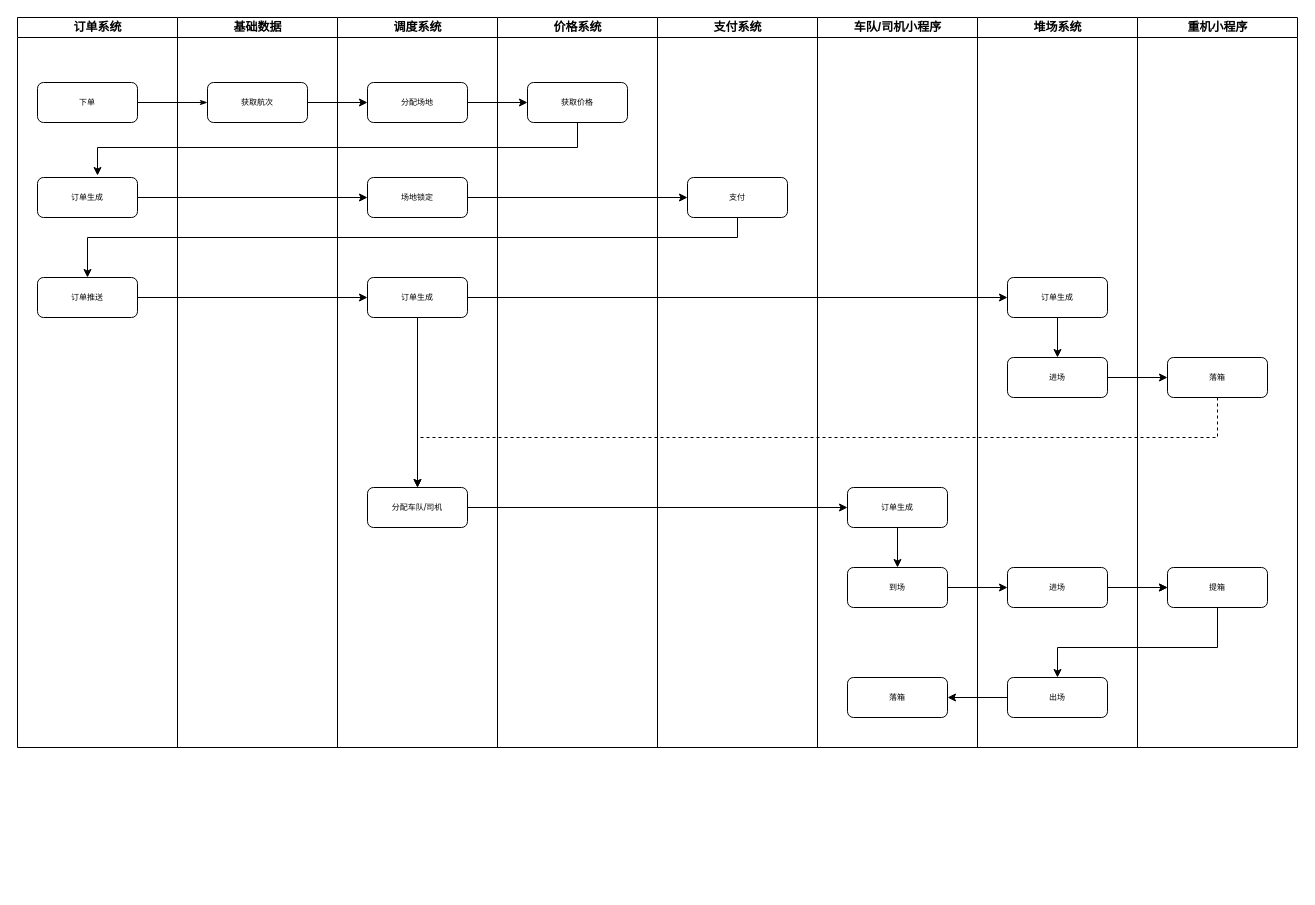
This is 落集订单.drawio from zskcrazy/-flow-chart, a draw.io file, before an edit. Source tidied: cells renumbered, new cells numbered last; positions are measured from the earlier drawing's top-left corner, leaving out a move shared by most shapes. Both pictures are drawn from the tidied source at 100%, with x=0, y=0 at pixel (17, 17).
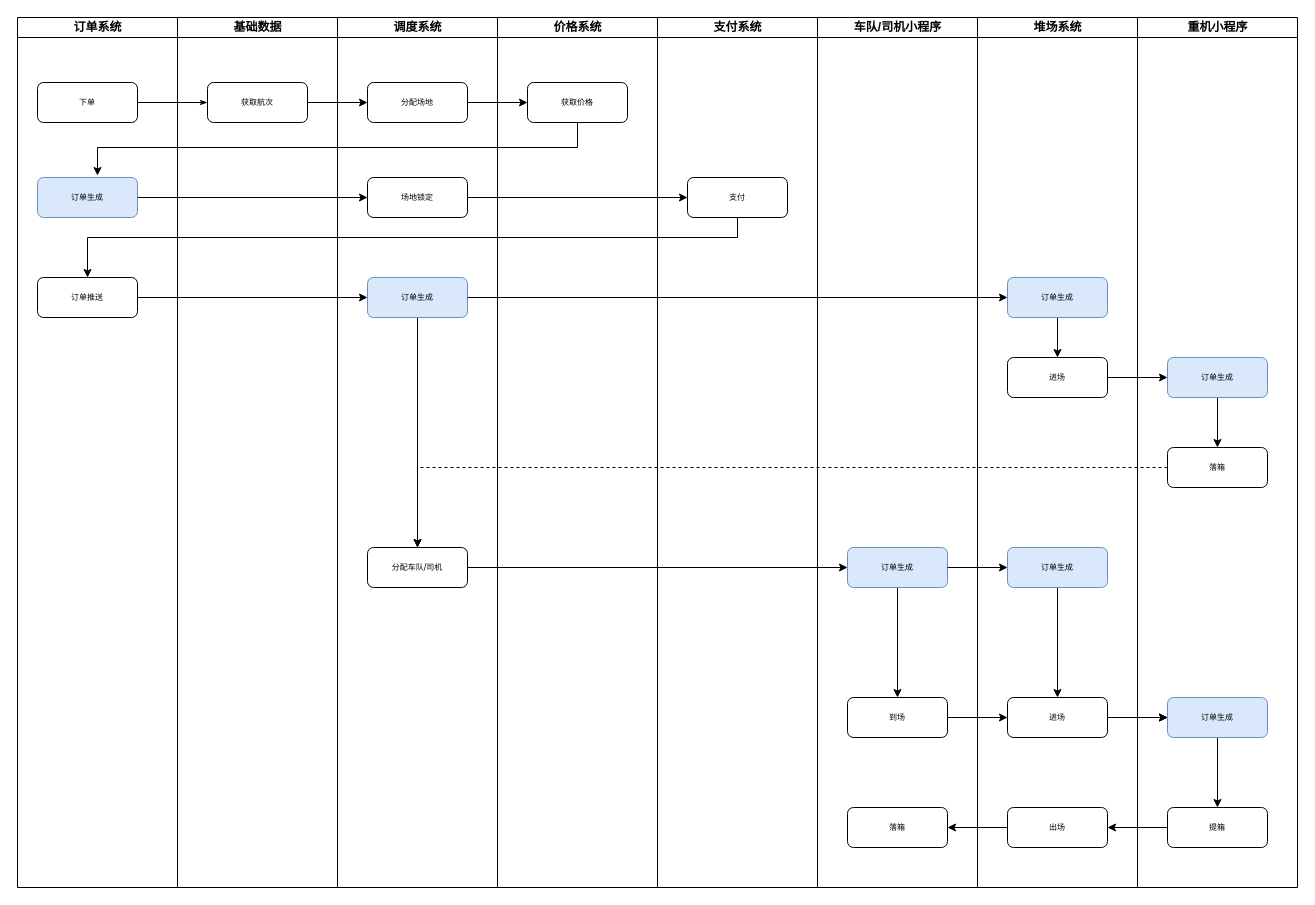
The same diagram, later.

Commit message:
更新落集订单.drawio

The edit, as a diff of the source:
```diff
@@
     <mxCell id="2" value="车队/司机小程序" style="swimlane;html=1;startSize=20;" parent="1" vertex="1">
-      <mxGeometry x="800" width="160" height="730" as="geometry" />
+      <mxGeometry x="800" width="160" height="870" as="geometry" />
     </mxCell>
@@
-    <mxCell id="4" value="订单生成" style="rounded=1;whiteSpace=wrap;html=1;shadow=0;labelBackgroundColor=none;strokeWidth=1;fontFamily=Verdana;fontSize=8;align=center;" parent="2" vertex="1">
-      <mxGeometry x="30" y="470" width="100" height="40" as="geometry" />
+    <mxCell id="4" value="订单生成" style="rounded=1;whiteSpace=wrap;html=1;shadow=0;labelBackgroundColor=none;strokeWidth=1;fontFamily=Verdana;fontSize=8;align=center;fillColor=#dae8fc;strokeColor=#6c8ebf;" parent="2" vertex="1">
+      <mxGeometry x="30" y="530" width="100" height="40" as="geometry" />
     </mxCell>
     <mxCell id="5" value="落箱" style="rounded=1;whiteSpace=wrap;html=1;shadow=0;labelBackgroundColor=none;strokeWidth=1;fontFamily=Verdana;fontSize=8;align=center;" parent="2" vertex="1">
-      <mxGeometry x="30" y="660" width="100" height="40" as="geometry" />
+      <mxGeometry x="30" y="790" width="100" height="40" as="geometry" />
     </mxCell>
     <mxCell id="6" value="到场" style="rounded=1;whiteSpace=wrap;html=1;shadow=0;labelBackgroundColor=none;strokeWidth=1;fontFamily=Verdana;fontSize=8;align=center;" parent="2" vertex="1">
-      <mxGeometry x="30" y="550" width="100" height="40" as="geometry" />
+      <mxGeometry x="30" y="680" width="100" height="40" as="geometry" />
     </mxCell>
     <mxCell id="7" value="支付系统" style="swimlane;html=1;startSize=20;" parent="1" vertex="1">
-      <mxGeometry x="640" width="160" height="730" as="geometry" />
+      <mxGeometry x="640" width="160" height="870" as="geometry" />
     </mxCell>
@@
     <mxCell id="9" value="价格系统" style="swimlane;html=1;startSize=20;" parent="1" vertex="1">
-      <mxGeometry x="480" width="160" height="730" as="geometry" />
+      <mxGeometry x="480" width="160" height="870" as="geometry" />
     </mxCell>
@@
     <mxCell id="11" value="调度系统" style="swimlane;html=1;startSize=20;" parent="1" vertex="1">
-      <mxGeometry x="320" width="160" height="730" as="geometry" />
+      <mxGeometry x="320" width="160" height="870" as="geometry" />
     </mxCell>
@@
     <mxCell id="14" value="分配车队/司机" style="rounded=1;whiteSpace=wrap;html=1;shadow=0;labelBackgroundColor=none;strokeWidth=1;fontFamily=Verdana;fontSize=8;align=center;" parent="11" vertex="1">
-      <mxGeometry x="30" y="470" width="100" height="40" as="geometry" />
+      <mxGeometry x="30" y="530" width="100" height="40" as="geometry" />
     </mxCell>
@@
-    <mxCell id="16" value="订单生成" style="rounded=1;whiteSpace=wrap;html=1;shadow=0;labelBackgroundColor=none;strokeWidth=1;fontFamily=Verdana;fontSize=8;align=center;" parent="11" vertex="1">
+    <mxCell id="16" value="订单生成" style="rounded=1;whiteSpace=wrap;html=1;shadow=0;labelBackgroundColor=none;strokeWidth=1;fontFamily=Verdana;fontSize=8;align=center;fillColor=#dae8fc;strokeColor=#6c8ebf;" parent="11" vertex="1">
       <mxGeometry x="30" y="260" width="100" height="40" as="geometry" />
     </mxCell>
@@
     <mxCell id="18" value="基础数据" style="swimlane;html=1;startSize=20;" parent="1" vertex="1">
-      <mxGeometry x="160" width="160" height="730" as="geometry" />
+      <mxGeometry x="160" width="160" height="870" as="geometry" />
     </mxCell>
@@
     <mxCell id="21" value="订单系统" style="swimlane;html=1;startSize=20;" parent="1" vertex="1">
-      <mxGeometry width="160" height="730" as="geometry" />
+      <mxGeometry width="160" height="870" as="geometry" />
     </mxCell>
@@
-    <mxCell id="23" value="订单生成" style="rounded=1;whiteSpace=wrap;html=1;shadow=0;labelBackgroundColor=none;strokeWidth=1;fontFamily=Verdana;fontSize=8;align=center;" parent="21" vertex="1">
+    <mxCell id="23" value="订单生成" style="rounded=1;whiteSpace=wrap;html=1;shadow=0;labelBackgroundColor=none;strokeWidth=1;fontFamily=Verdana;fontSize=8;align=center;fillColor=#dae8fc;strokeColor=#6c8ebf;" parent="21" vertex="1">
       <mxGeometry x="20" y="160" width="100" height="40" as="geometry" />
     </mxCell>
@@
     <mxCell id="25" value="堆场系统" style="swimlane;html=1;startSize=20;" parent="1" vertex="1">
-      <mxGeometry x="960" width="160" height="730" as="geometry" />
+      <mxGeometry x="960" width="160" height="870" as="geometry" />
     </mxCell>
     <mxCell id="26" value="进场" style="rounded=1;whiteSpace=wrap;html=1;shadow=0;labelBackgroundColor=none;strokeWidth=1;fontFamily=Verdana;fontSize=8;align=center;" parent="25" vertex="1">
-      <mxGeometry x="30" y="550" width="100" height="40" as="geometry" />
+      <mxGeometry x="30" y="680" width="100" height="40" as="geometry" />
     </mxCell>
@@
-    <mxCell id="28" value="订单生成" style="rounded=1;whiteSpace=wrap;html=1;shadow=0;labelBackgroundColor=none;strokeWidth=1;fontFamily=Verdana;fontSize=8;align=center;" parent="25" vertex="1">
+    <mxCell id="28" value="订单生成" style="rounded=1;whiteSpace=wrap;html=1;shadow=0;labelBackgroundColor=none;strokeWidth=1;fontFamily=Verdana;fontSize=8;align=center;fillColor=#dae8fc;strokeColor=#6c8ebf;" parent="25" vertex="1">
       <mxGeometry x="30" y="260" width="100" height="40" as="geometry" />
     </mxCell>
@@
     <mxCell id="30" value="出场" style="rounded=1;whiteSpace=wrap;html=1;shadow=0;labelBackgroundColor=none;strokeWidth=1;fontFamily=Verdana;fontSize=8;align=center;" parent="25" vertex="1">
-      <mxGeometry x="30" y="660" width="100" height="40" as="geometry" />
+      <mxGeometry x="30" y="790" width="100" height="40" as="geometry" />
     </mxCell>
+    <mxCell id="49" style="edgeStyle=orthogonalEdgeStyle;rounded=0;jettySize=auto;html=1;" parent="25" edge="1" source="50" target="26">
+      <mxGeometry relative="1" as="geometry" />
+    </mxCell>
+    <mxCell id="50" value="订单生成" style="rounded=1;whiteSpace=wrap;html=1;shadow=0;labelBackgroundColor=none;strokeWidth=1;fontFamily=Verdana;fontSize=8;align=center;fillColor=#dae8fc;strokeColor=#6c8ebf;" parent="25" vertex="1">
+      <mxGeometry x="30" y="530" width="100" height="40" as="geometry" />
+    </mxCell>
     <mxCell id="31" value="重机小程序" style="swimlane;html=1;startSize=20;" parent="1" vertex="1">
-      <mxGeometry x="1120" width="160" height="730" as="geometry" />
+      <mxGeometry x="1120" width="160" height="870" as="geometry" />
     </mxCell>
+    <mxCell id="51" style="edgeStyle=orthogonalEdgeStyle;rounded=0;jettySize=auto;html=1;" parent="31" edge="1" source="32" target="53">
+      <mxGeometry relative="1" as="geometry" />
+    </mxCell>
-    <mxCell id="32" value="落箱" style="rounded=1;whiteSpace=wrap;html=1;shadow=0;labelBackgroundColor=none;strokeWidth=1;fontFamily=Verdana;fontSize=8;align=center;" parent="31" vertex="1">
+    <mxCell id="32" value="订单生成" style="rounded=1;whiteSpace=wrap;html=1;shadow=0;labelBackgroundColor=none;strokeWidth=1;fontFamily=Verdana;fontSize=8;align=center;fillColor=#dae8fc;strokeColor=#6c8ebf;" parent="31" vertex="1">
       <mxGeometry x="30" y="340" width="100" height="40" as="geometry" />
     </mxCell>
+    <mxCell id="52" style="edgeStyle=orthogonalEdgeStyle;rounded=0;jettySize=auto;html=1;" parent="31" edge="1" source="33" target="54">
+      <mxGeometry relative="1" as="geometry" />
+    </mxCell>
-    <mxCell id="33" value="提箱" style="rounded=1;whiteSpace=wrap;html=1;shadow=0;labelBackgroundColor=none;strokeWidth=1;fontFamily=Verdana;fontSize=8;align=center;" parent="31" vertex="1">
-      <mxGeometry x="30" y="550" width="100" height="40" as="geometry" />
+    <mxCell id="33" value="订单生成" style="rounded=1;whiteSpace=wrap;html=1;shadow=0;labelBackgroundColor=none;strokeWidth=1;fontFamily=Verdana;fontSize=8;align=center;fillColor=#dae8fc;strokeColor=#6c8ebf;" parent="31" vertex="1">
+      <mxGeometry x="30" y="680" width="100" height="40" as="geometry" />
     </mxCell>
+    <mxCell id="53" value="落箱" style="rounded=1;whiteSpace=wrap;html=1;shadow=0;labelBackgroundColor=none;strokeWidth=1;fontFamily=Verdana;fontSize=8;align=center;" parent="31" vertex="1">
+      <mxGeometry x="30" y="430" width="100" height="40" as="geometry" />
+    </mxCell>
+    <mxCell id="54" value="提箱" style="rounded=1;whiteSpace=wrap;html=1;shadow=0;labelBackgroundColor=none;strokeWidth=1;fontFamily=Verdana;fontSize=8;align=center;" parent="31" vertex="1">
+      <mxGeometry x="30" y="790" width="100" height="40" as="geometry" />
+    </mxCell>
@@
-    <mxCell id="42" style="edgeStyle=orthogonalEdgeStyle;rounded=0;jettySize=auto;html=1;" parent="1" edge="1" source="33" target="30">
-      <mxGeometry relative="1" as="geometry">
-        <Array as="points">
-          <mxPoint x="1200" y="630" />
-          <mxPoint x="1040" y="630" />
-        </Array>
-      </mxGeometry>
-    </mxCell>
-    <mxCell id="43" style="edgeStyle=orthogonalEdgeStyle;rounded=0;jettySize=auto;html=1;dashed=1;" parent="1" edge="1" source="32" target="14">
-      <mxGeometry relative="1" as="geometry">
-        <Array as="points">
-          <mxPoint x="1200" y="420" />
-          <mxPoint x="400" y="420" />
-        </Array>
-      </mxGeometry>
-    </mxCell>
@@
+    <mxCell id="55" style="edgeStyle=orthogonalEdgeStyle;rounded=0;jettySize=auto;html=1;entryX=0.5;entryY=0;entryDx=0;entryDy=0;dashed=1;" parent="1" edge="1" source="53" target="14">
+      <mxGeometry relative="1" as="geometry" />
+    </mxCell>
+    <mxCell id="56" style="edgeStyle=orthogonalEdgeStyle;rounded=0;jettySize=auto;html=1;dashed=1;" parent="1" edge="1" source="26" target="33">
+      <mxGeometry relative="1" as="geometry" />
+    </mxCell>
+    <mxCell id="57" style="edgeStyle=orthogonalEdgeStyle;rounded=0;jettySize=auto;html=1;" parent="1" edge="1" source="54" target="30">
+      <mxGeometry relative="1" as="geometry" />
+    </mxCell>
+    <mxCell id="58" style="edgeStyle=orthogonalEdgeStyle;rounded=0;jettySize=auto;html=1;" parent="1" edge="1" source="4" target="50">
+      <mxGeometry relative="1" as="geometry" />
+    </mxCell>
```
